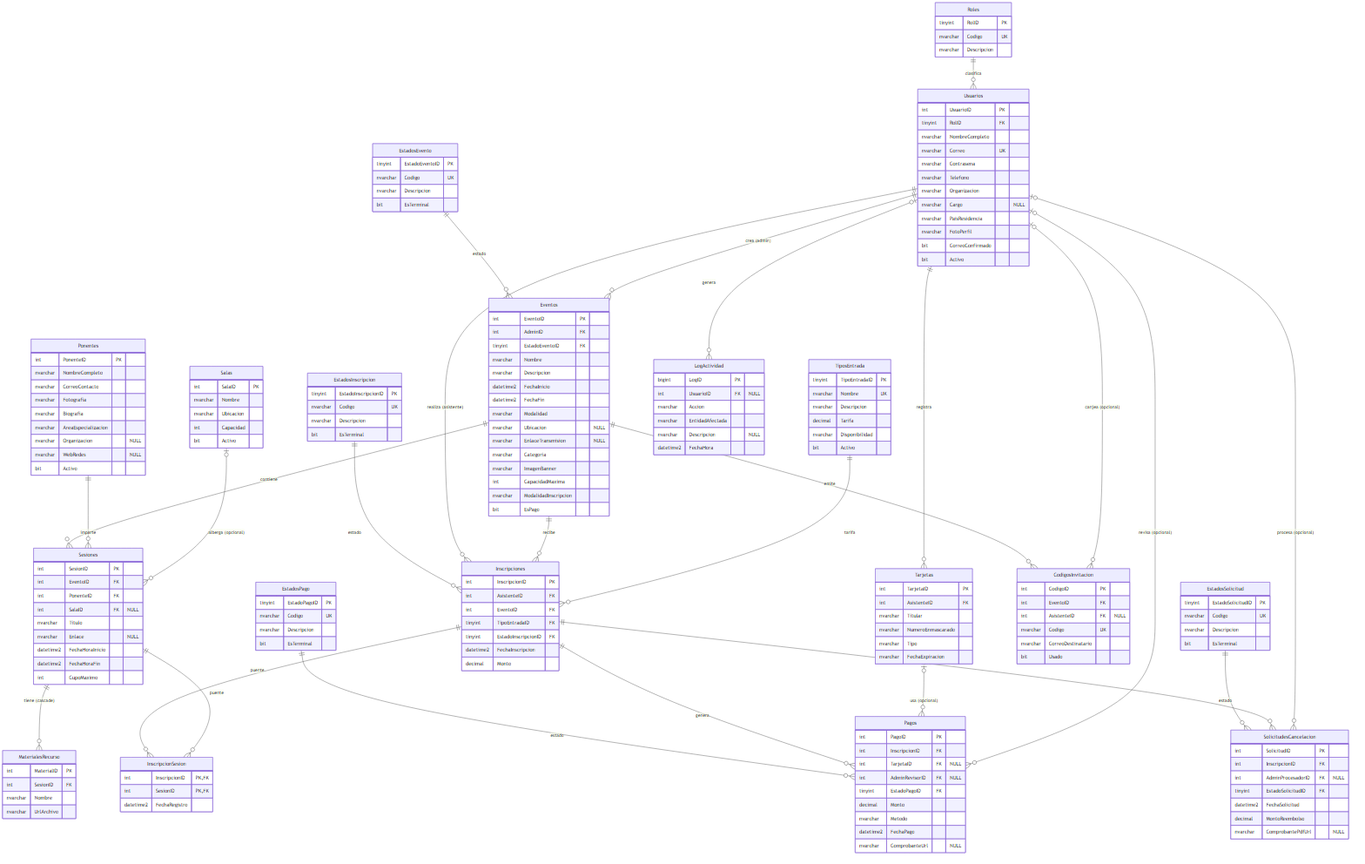
This is PT1/eventcore-er.png from Santiago78op/201905884_LAB_AYD1_1V2026_T1, a Mermaid export, as it was before one commit. Its source is kept beside it as PT1/eventcore-er.mmd. Its diagram source:
```mermaid
erDiagram
    Roles ||--o{ Usuarios : "clasifica"
    EstadosEvento ||--o{ Eventos : "estado"
    EstadosInscripcion ||--o{ Inscripciones : "estado"
    EstadosPago ||--o{ Pagos : "estado"
    EstadosSolicitud ||--o{ SolicitudesCancelacion : "estado"

    Usuarios ||--o{ Eventos : "crea (admin)"
    Eventos ||--o{ Sesiones : "contiene"
    Ponentes ||--o{ Sesiones : "imparte"
    Salas |o--o{ Sesiones : "alberga (opcional)"
    Dias ||--o{ Sesiones : "día"
    Horarios ||--o{ Sesiones : "horario"
    Sesiones ||--o{ MaterialesRecurso : "tiene (cascade)"

    Usuarios ||--o{ Inscripciones : "realiza (asistente)"
    Eventos ||--o{ Inscripciones : "recibe"
    TiposEntrada ||--o{ Inscripciones : "tarifa"
    Eventos ||--o{ CodigosInvitacion : "emite"
    Usuarios |o--o{ CodigosInvitacion : "canjea (opcional)"

    Inscripciones ||--o{ InscripcionSesion : "puente"
    Sesiones ||--o{ InscripcionSesion : "puente"

    Usuarios ||--o{ Tarjetas : "registra"
    Inscripciones ||--o{ Pagos : "genera"
    Tarjetas |o--o{ Pagos : "usa (opcional)"
    Usuarios |o--o{ Pagos : "revisa (opcional)"
    Inscripciones ||--o{ SolicitudesCancelacion : "tiene"
    Usuarios |o--o{ SolicitudesCancelacion : "procesa (opcional)"

    Usuarios |o--o{ LogActividad : "genera"

    Roles {
        tinyint RolID PK
        nvarchar Codigo UK
        nvarchar Descripcion
    }
    EstadosEvento {
        tinyint EstadoEventoID PK
        nvarchar Codigo UK
        nvarchar Descripcion
        bit EsTerminal
    }
    EstadosInscripcion {
        tinyint EstadoInscripcionID PK
        nvarchar Codigo UK
        nvarchar Descripcion
        bit EsTerminal
    }
    EstadosPago {
        tinyint EstadoPagoID PK
        nvarchar Codigo UK
        nvarchar Descripcion
        bit EsTerminal
    }
    EstadosSolicitud {
        tinyint EstadoSolicitudID PK
        nvarchar Codigo UK
        nvarchar Descripcion
        bit EsTerminal
    }
    Usuarios {
        int UsuarioID PK
        tinyint RolID FK
        nvarchar NombreCompleto
        nvarchar Correo UK
        nvarchar Contrasena
        nvarchar Telefono
        nvarchar Organizacion
        nvarchar Cargo "NULL"
        nvarchar PaisResidencia
        nvarchar FotoPerfil
        bit CorreoConfirmado
        bit Activo
    }
    Ponentes {
        int PonenteID PK
        nvarchar NombreCompleto
        nvarchar CorreoContacto
        nvarchar Fotografia
        nvarchar Biografia
        nvarchar AreaEspecializacion
        nvarchar Organizacion "NULL"
        nvarchar WebRedes "NULL"
        bit Activo
    }
    Salas {
        int SalaID PK
        nvarchar Nombre
        nvarchar Ubicacion
        int Capacidad
        bit Activo
    }
    TiposEntrada {
        tinyint TipoEntradaID PK
        nvarchar Nombre UK
        nvarchar Descripcion
        decimal Tarifa
        nvarchar Disponibilidad
        bit Activo
    }
    Eventos {
        int EventoID PK
        int AdminID FK
        tinyint EstadoEventoID FK
        nvarchar Nombre
        nvarchar Descripcion
        datetime2 FechaInicio
        datetime2 FechaFin
        nvarchar Modalidad
        nvarchar Ubicacion "NULL"
        nvarchar EnlaceTransmision "NULL"
        nvarchar Categoria
        nvarchar ImagenBanner
        int CapacidadMaxima
        nvarchar ModalidadInscripcion
        bit EsPago
    }
    Dias {
        tinyint DiaID PK
        nvarchar Nombre UK
        nvarchar Abreviatura
    }
    Horarios {
        tinyint HorarioID PK
        time HoraInicio
        time HoraFin
        nvarchar Etiqueta UK
    }
    Sesiones {
        int SesionID PK
        int EventoID FK
        int PonenteID FK
        int SalaID FK "NULL"
        tinyint DiaID FK
        tinyint HorarioID FK
        nvarchar Titulo
        nvarchar Enlace "NULL"
        int CupoMaximo
    }
    MaterialesRecurso {
        int MaterialID PK
        int SesionID FK
        nvarchar Nombre
        nvarchar UrlArchivo
    }
    Inscripciones {
        int InscripcionID PK
        int AsistenteID FK
        int EventoID FK
        tinyint TipoEntradaID FK
        tinyint EstadoInscripcionID FK
        datetime2 FechaInscripcion
        decimal Monto
    }
    InscripcionSesion {
        int InscripcionID PK,FK
        int SesionID PK,FK
        datetime2 FechaRegistro
    }
    CodigosInvitacion {
        int CodigoID PK
        int EventoID FK
        int AsistenteID FK "NULL"
        nvarchar Codigo UK
        nvarchar CorreoDestinatario
        bit Usado
    }
    Tarjetas {
        int TarjetaID PK
        int AsistenteID FK
        nvarchar Titular
        nvarchar NumeroEnmascarado
        nvarchar Tipo
        nvarchar FechaExpiracion
    }
    Pagos {
        int PagoID PK
        int InscripcionID FK
        int TarjetaID FK "NULL"
        int AdminRevisorID FK "NULL"
        tinyint EstadoPagoID FK
        decimal Monto
        nvarchar Metodo
        datetime2 FechaPago
        nvarchar ComprobanteUrl "NULL"
    }
    SolicitudesCancelacion {
        int SolicitudID PK
        int InscripcionID FK
        int AdminProcesadorID FK "NULL"
        tinyint EstadoSolicitudID FK
        datetime2 FechaSolicitud
        decimal MontoReembolso
        nvarchar ComprobantePdfUrl "NULL"
    }
    LogActividad {
        bigint LogID PK
        int UsuarioID FK "NULL"
        nvarchar Accion
        nvarchar EntidadAfectada
        nvarchar Descripcion "NULL"
        datetime2 FechaHora
    }
```
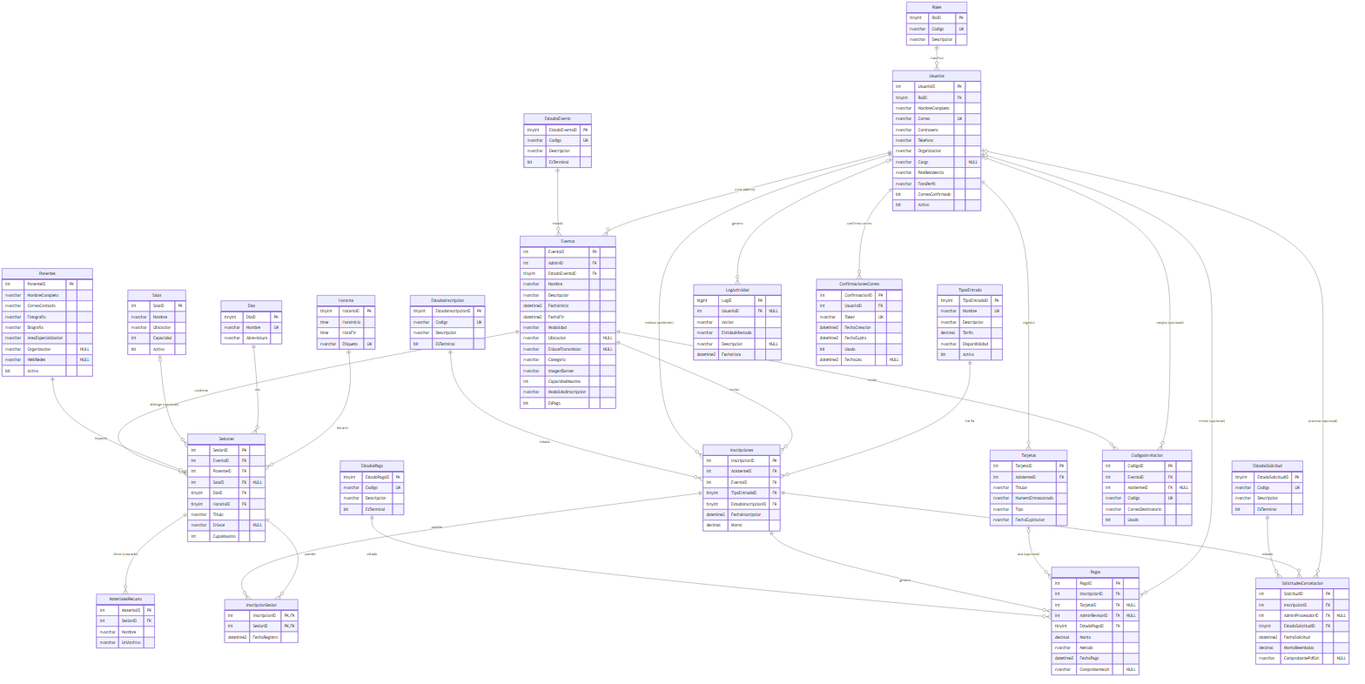
Above is the later version.

Commit message:
Agrega ConfirmacionesCorreo y DDL all-in-one para AWS

Change to the diagram source:
```diff
@@ -30,6 +30,7 @@
     Usuarios |o--o{ SolicitudesCancelacion : "procesa (opcional)"
 
     Usuarios |o--o{ LogActividad : "genera"
+    Usuarios ||--o{ ConfirmacionesCorreo : "confirma correo"
 
     Roles {
         tinyint RolID PK
@@ -203,3 +204,12 @@
         nvarchar Descripcion "NULL"
         datetime2 FechaHora
     }
+    ConfirmacionesCorreo {
+        int ConfirmacionID PK
+        int UsuarioID FK
+        nvarchar Token UK
+        datetime2 FechaCreacion
+        datetime2 FechaExpira
+        bit Usado
+        datetime2 FechaUso "NULL"
+    }
```
